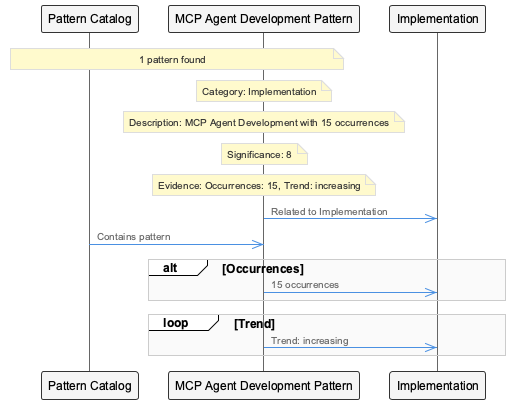
This is knowledge-management/insights/images/mcp-agent-development-pattern-sequence.png from fwornle/coding, a PlantUML export, as it was before one commit.
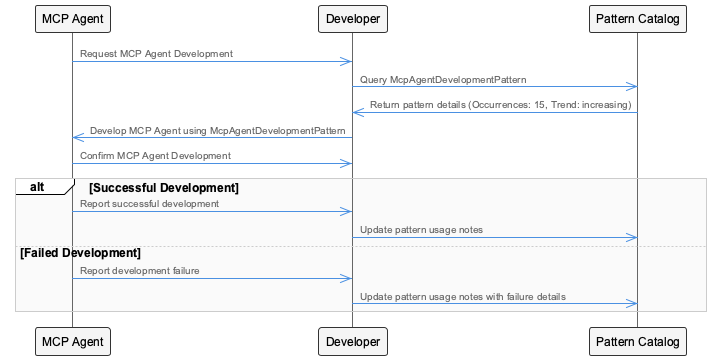
The same file after the commit.

The edit, as a diff of the source:
```diff
@@ -1,25 +1,22 @@
 @startuml
 !include /Users/q284340/Agentic/coding/docs/puml/_standard-style.puml
 
+participant McpAgent as "MCP Agent"
+participant Developer as "Developer"
 participant PatternCatalog as "Pattern Catalog"
-participant McpAgentDevelopmentPattern as "MCP Agent Development Pattern"
-participant Implementation as "Implementation"
 
-note over PatternCatalog,McpAgentDevelopmentPattern: 1 pattern found
-note over McpAgentDevelopmentPattern: Category: Implementation
-note over McpAgentDevelopmentPattern: Description: MCP Agent Development with 15 occurrences
-note over McpAgentDevelopmentPattern: Significance: 8
-note over McpAgentDevelopmentPattern: Evidence: Occurrences: 15, Trend: increasing
+McpAgent->>Developer: Request MCP Agent Development
+Developer->>PatternCatalog: Query McpAgentDevelopmentPattern
+PatternCatalog->>Developer: Return pattern details (Occurrences: 15, Trend: increasing)
+Developer->>McpAgent: Develop MCP Agent using McpAgentDevelopmentPattern
+McpAgent->>Developer: Confirm MCP Agent Development
 
-McpAgentDevelopmentPattern->>Implementation: Related to Implementation
-PatternCatalog->>McpAgentDevelopmentPattern: Contains pattern
-
-alt Occurrences
-    McpAgentDevelopmentPattern->>Implementation: 15 occurrences
-end
-
-loop Trend
-    McpAgentDevelopmentPattern->>Implementation: Trend: increasing
+alt Successful Development
+    McpAgent->>Developer: Report successful development
+    Developer->>PatternCatalog: Update pattern usage notes
+else Failed Development
+    McpAgent->>Developer: Report development failure
+    Developer->>PatternCatalog: Update pattern usage notes with failure details
 end
 
 @enduml
```
